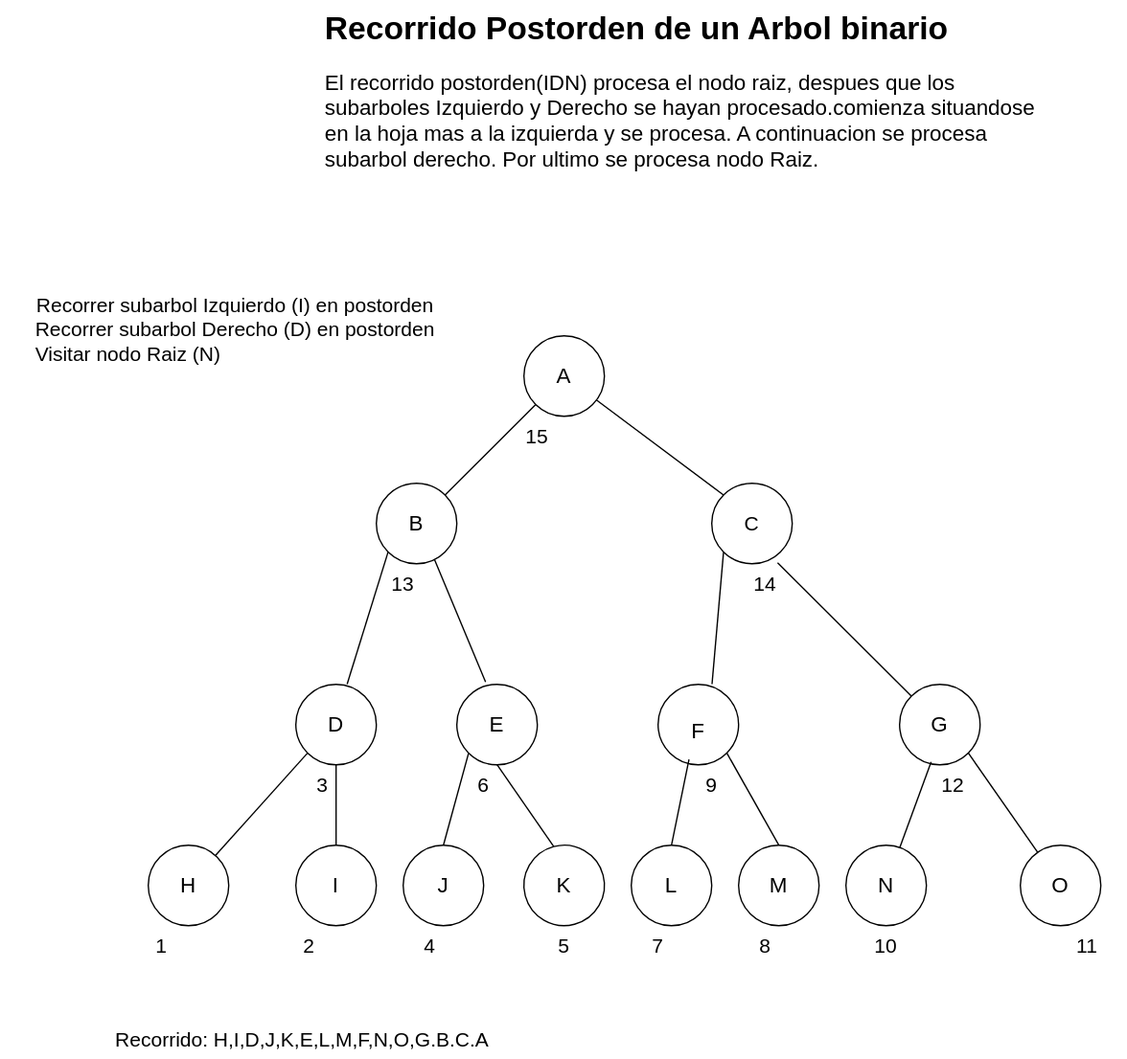
This is Estructura-de-datos/Arboles/postorden.drawio.svg from Nordcode-cyber/Algoritmos-Estructdatos, a draw.io export, as it was before one commit. Source tidied: cells renumbered, new cells last; positions are measured from the earlier drawing's top-left corner, leaving out a move shared by most shapes.
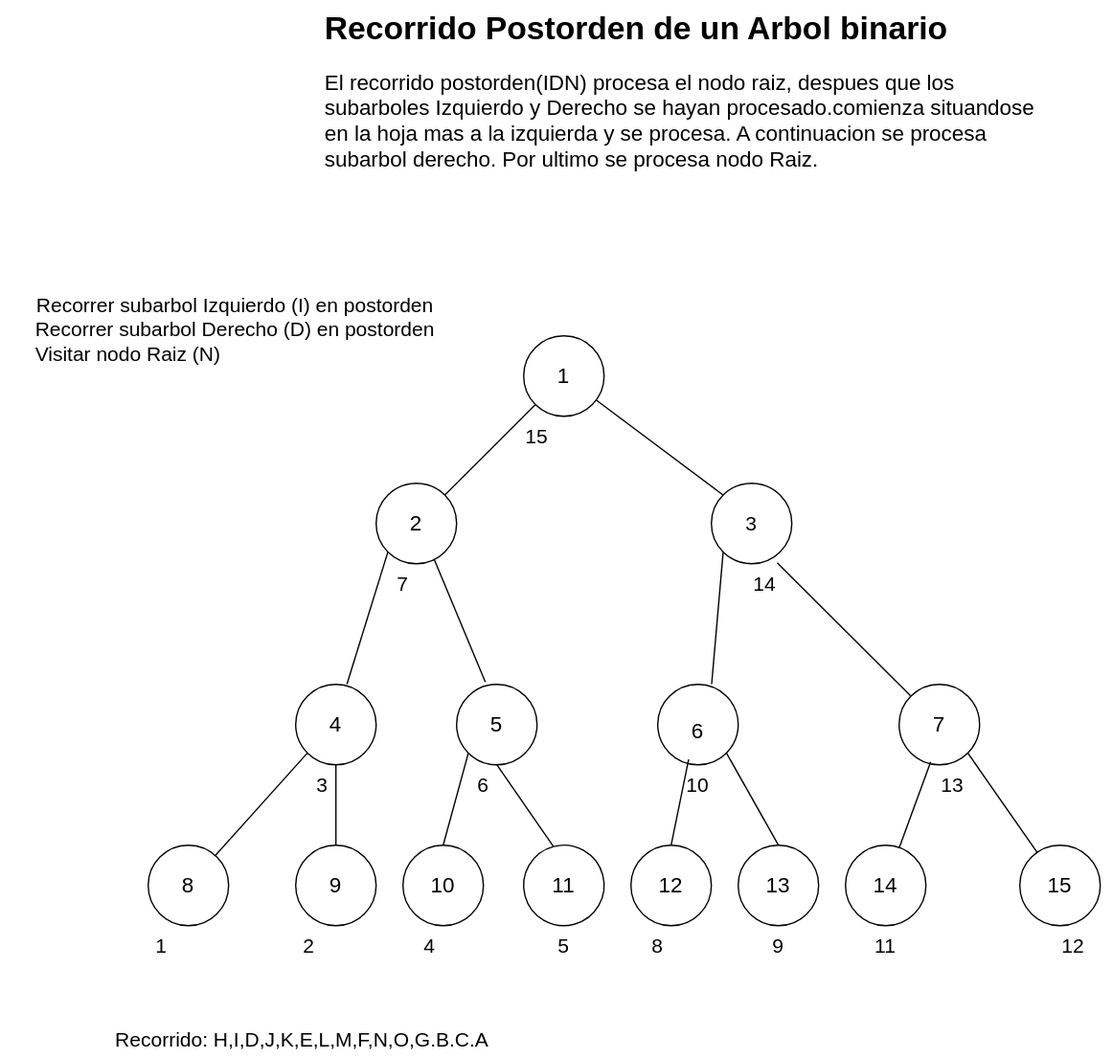
After the change.

The edit, as a diff of the source:
```diff
@@ -47,25 +47,25 @@
     <mxCell id="16" style="endArrow=none;html=1;entryX=0.818;entryY=0.99;entryDx=0;entryDy=0;entryPerimeter=0;" parent="1" edge="1" source="9" target="6">
       <mxGeometry relative="1" as="geometry" />
     </mxCell>
-    <mxCell id="17" value="&lt;font style=&quot;color: light-dark(rgb(0, 0, 0), rgb(102, 255, 102)); font-size: 16px;&quot;&gt;A&lt;/font&gt;" style="text;html=1;align=center;verticalAlign=middle;whiteSpace=wrap;rounded=0;" parent="1" vertex="1">
+    <mxCell id="17" value="&lt;font style=&quot;color: light-dark(rgb(0, 0, 0), rgb(102, 255, 102)); font-size: 16px;&quot;&gt;1&lt;/font&gt;" style="text;html=1;align=center;verticalAlign=middle;whiteSpace=wrap;rounded=0;" parent="1" vertex="1">
       <mxGeometry x="390" y="265" width="60" height="30" as="geometry" />
     </mxCell>
-    <mxCell id="18" value="&lt;font style=&quot;color: light-dark(rgb(0, 0, 0), rgb(102, 255, 102)); font-size: 16px;&quot;&gt;B&lt;/font&gt;" style="text;html=1;align=center;verticalAlign=middle;whiteSpace=wrap;rounded=0;" parent="1" vertex="1">
+    <mxCell id="18" value="&lt;font style=&quot;color: light-dark(rgb(0, 0, 0), rgb(102, 255, 102)); font-size: 16px;&quot;&gt;2&lt;/font&gt;" style="text;html=1;align=center;verticalAlign=middle;whiteSpace=wrap;rounded=0;" parent="1" vertex="1">
       <mxGeometry x="280" y="375" width="60" height="30" as="geometry" />
     </mxCell>
-    <mxCell id="19" value="&lt;font style=&quot;font-size: 15px; color: light-dark(rgb(0, 0, 0), rgb(102, 255, 102));&quot;&gt;C&lt;/font&gt;" style="text;html=1;align=center;verticalAlign=middle;whiteSpace=wrap;rounded=0;" parent="1" vertex="1">
+    <mxCell id="19" value="&lt;font style=&quot;font-size: 15px; color: light-dark(rgb(0, 0, 0), rgb(102, 255, 102));&quot;&gt;3&lt;/font&gt;" style="text;html=1;align=center;verticalAlign=middle;whiteSpace=wrap;rounded=0;" parent="1" vertex="1">
       <mxGeometry x="530" y="375" width="60" height="30" as="geometry" />
     </mxCell>
-    <mxCell id="20" value="&lt;font style=&quot;font-size: 16px; color: light-dark(rgb(0, 0, 0), rgb(102, 255, 102));&quot;&gt;D&lt;/font&gt;" style="text;html=1;align=center;verticalAlign=middle;whiteSpace=wrap;rounded=0;" parent="1" vertex="1">
+    <mxCell id="20" value="&lt;font style=&quot;font-size: 16px; color: light-dark(rgb(0, 0, 0), rgb(102, 255, 102));&quot;&gt;4&lt;/font&gt;" style="text;html=1;align=center;verticalAlign=middle;whiteSpace=wrap;rounded=0;" parent="1" vertex="1">
       <mxGeometry x="220" y="525" width="60" height="30" as="geometry" />
     </mxCell>
-    <mxCell id="21" value="&lt;font style=&quot;font-size: 16px; color: light-dark(rgb(0, 0, 0), rgb(102, 255, 102));&quot;&gt;E&lt;/font&gt;" style="text;html=1;align=center;verticalAlign=middle;whiteSpace=wrap;rounded=0;" parent="1" vertex="1">
+    <mxCell id="21" value="&lt;font style=&quot;font-size: 16px; color: light-dark(rgb(0, 0, 0), rgb(102, 255, 102));&quot;&gt;5&lt;/font&gt;" style="text;html=1;align=center;verticalAlign=middle;whiteSpace=wrap;rounded=0;" parent="1" vertex="1">
       <mxGeometry x="340" y="525" width="60" height="30" as="geometry" />
     </mxCell>
-    <mxCell id="22" value="&lt;font style=&quot;font-size: 16px; color: light-dark(rgb(0, 0, 0), rgb(102, 255, 102));&quot;&gt;F&lt;/font&gt;" style="text;html=1;align=center;verticalAlign=middle;whiteSpace=wrap;rounded=0;" parent="1" vertex="1">
+    <mxCell id="22" value="&lt;font style=&quot;font-size: 16px; color: light-dark(rgb(0, 0, 0), rgb(102, 255, 102));&quot;&gt;6&lt;/font&gt;" style="text;html=1;align=center;verticalAlign=middle;whiteSpace=wrap;rounded=0;" parent="1" vertex="1">
       <mxGeometry x="490" y="530" width="60" height="30" as="geometry" />
     </mxCell>
-    <mxCell id="23" value="&lt;font style=&quot;font-size: 16px; color: light-dark(rgb(0, 0, 0), rgb(102, 255, 102));&quot;&gt;G&lt;/font&gt;" style="text;html=1;align=center;verticalAlign=middle;whiteSpace=wrap;rounded=0;" parent="1" vertex="1">
+    <mxCell id="23" value="&lt;font style=&quot;font-size: 16px; color: light-dark(rgb(0, 0, 0), rgb(102, 255, 102));&quot;&gt;7&lt;/font&gt;" style="text;html=1;align=center;verticalAlign=middle;whiteSpace=wrap;rounded=0;" parent="1" vertex="1">
       <mxGeometry x="670" y="525" width="60" height="30" as="geometry" />
     </mxCell>
     <mxCell id="24" value="&lt;font style=&quot;font-size: 15px; color: light-dark(rgb(0, 0, 0), rgb(255, 0, 0));&quot;&gt;1&lt;/font&gt;" style="text;html=1;align=center;verticalAlign=middle;whiteSpace=wrap;rounded=0;" parent="1" vertex="1">
@@ -87,7 +87,7 @@
       <mxGeometry x="330" y="570" width="60" height="30" as="geometry" />
     </mxCell>
     <mxCell id="30" value="&lt;font style=&quot;font-size: 15px; color: light-dark(rgb(0, 0, 0), rgb(255, 0, 0));&quot;&gt;7&lt;/font&gt;" style="text;html=1;align=center;verticalAlign=middle;whiteSpace=wrap;rounded=0;" parent="1" vertex="1">
-      <mxGeometry x="460" y="690" width="60" height="30" as="geometry" />
+      <mxGeometry x="270" y="420" width="60" height="30" as="geometry" />
     </mxCell>
     <mxCell id="31" value="&lt;font style=&quot;font-size: 15px; color: light-dark(rgb(0, 0, 0), rgb(102, 255, 102));&quot;&gt;Recorrido: H,I,D,J,K,E,L,M,F,N,O,G.B.C.A&lt;/font&gt;" style="text;html=1;align=center;verticalAlign=middle;whiteSpace=wrap;rounded=0;" parent="1" vertex="1">
       <mxGeometry x="40" y="760" width="370" height="30" as="geometry" />
@@ -137,50 +137,50 @@
     <mxCell id="46" style="endArrow=none;html=1;entryX=1;entryY=1;entryDx=0;entryDy=0;" parent="1" edge="1" source="36" target="9">
       <mxGeometry relative="1" as="geometry" />
     </mxCell>
-    <mxCell id="47" value="&lt;font style=&quot;font-size: 16px; color: light-dark(rgb(0, 0, 0), rgb(102, 255, 102));&quot;&gt;H&lt;/font&gt;" style="text;html=1;align=center;verticalAlign=middle;whiteSpace=wrap;rounded=0;" parent="1" vertex="1">
+    <mxCell id="47" value="&lt;font style=&quot;font-size: 16px; color: light-dark(rgb(0, 0, 0), rgb(102, 255, 102));&quot;&gt;8&lt;/font&gt;" style="text;html=1;align=center;verticalAlign=middle;whiteSpace=wrap;rounded=0;" parent="1" vertex="1">
       <mxGeometry x="110" y="645" width="60" height="30" as="geometry" />
     </mxCell>
-    <mxCell id="48" value="&lt;font style=&quot;font-size: 16px; color: light-dark(rgb(0, 0, 0), rgb(102, 255, 102));&quot;&gt;I&lt;/font&gt;" style="text;html=1;align=center;verticalAlign=middle;whiteSpace=wrap;rounded=0;" parent="1" vertex="1">
+    <mxCell id="48" value="&lt;font style=&quot;font-size: 16px; color: light-dark(rgb(0, 0, 0), rgb(102, 255, 102));&quot;&gt;9&lt;/font&gt;" style="text;html=1;align=center;verticalAlign=middle;whiteSpace=wrap;rounded=0;" parent="1" vertex="1">
       <mxGeometry x="220" y="645" width="60" height="30" as="geometry" />
     </mxCell>
-    <mxCell id="49" value="&lt;font style=&quot;font-size: 16px; color: light-dark(rgb(0, 0, 0), rgb(102, 255, 102));&quot;&gt;J&lt;/font&gt;" style="text;html=1;align=center;verticalAlign=middle;whiteSpace=wrap;rounded=0;" parent="1" vertex="1">
+    <mxCell id="49" value="&lt;font style=&quot;font-size: 16px; color: light-dark(rgb(0, 0, 0), rgb(102, 255, 102));&quot;&gt;10&lt;/font&gt;" style="text;html=1;align=center;verticalAlign=middle;whiteSpace=wrap;rounded=0;" parent="1" vertex="1">
       <mxGeometry x="300" y="645" width="60" height="30" as="geometry" />
     </mxCell>
-    <mxCell id="50" value="&lt;font style=&quot;font-size: 16px; color: light-dark(rgb(0, 0, 0), rgb(102, 255, 102));&quot;&gt;K&lt;/font&gt;" style="text;html=1;align=center;verticalAlign=middle;whiteSpace=wrap;rounded=0;" parent="1" vertex="1">
+    <mxCell id="50" value="&lt;font style=&quot;font-size: 16px; color: light-dark(rgb(0, 0, 0), rgb(102, 255, 102));&quot;&gt;11&lt;/font&gt;" style="text;html=1;align=center;verticalAlign=middle;whiteSpace=wrap;rounded=0;" parent="1" vertex="1">
       <mxGeometry x="390" y="645" width="60" height="30" as="geometry" />
     </mxCell>
-    <mxCell id="51" value="&lt;font style=&quot;font-size: 16px; color: light-dark(rgb(0, 0, 0), rgb(102, 255, 102));&quot;&gt;L&lt;/font&gt;" style="text;html=1;align=center;verticalAlign=middle;whiteSpace=wrap;rounded=0;" parent="1" vertex="1">
+    <mxCell id="51" value="&lt;font style=&quot;font-size: 16px; color: light-dark(rgb(0, 0, 0), rgb(102, 255, 102));&quot;&gt;12&lt;/font&gt;" style="text;html=1;align=center;verticalAlign=middle;whiteSpace=wrap;rounded=0;" parent="1" vertex="1">
       <mxGeometry x="470" y="645" width="60" height="30" as="geometry" />
     </mxCell>
-    <mxCell id="52" value="&lt;font style=&quot;font-size: 16px; color: light-dark(rgb(0, 0, 0), rgb(102, 255, 102));&quot;&gt;M&lt;/font&gt;" style="text;html=1;align=center;verticalAlign=middle;whiteSpace=wrap;rounded=0;" parent="1" vertex="1">
+    <mxCell id="52" value="&lt;font style=&quot;font-size: 16px; color: light-dark(rgb(0, 0, 0), rgb(102, 255, 102));&quot;&gt;13&lt;/font&gt;" style="text;html=1;align=center;verticalAlign=middle;whiteSpace=wrap;rounded=0;" parent="1" vertex="1">
       <mxGeometry x="550" y="645" width="60" height="30" as="geometry" />
     </mxCell>
-    <mxCell id="53" value="&lt;font style=&quot;font-size: 16px; color: light-dark(rgb(0, 0, 0), rgb(102, 255, 102));&quot;&gt;N&lt;/font&gt;" style="text;html=1;align=center;verticalAlign=middle;whiteSpace=wrap;rounded=0;" parent="1" vertex="1">
+    <mxCell id="53" value="&lt;font style=&quot;font-size: 16px; color: light-dark(rgb(0, 0, 0), rgb(102, 255, 102));&quot;&gt;14&lt;/font&gt;" style="text;html=1;align=center;verticalAlign=middle;whiteSpace=wrap;rounded=0;" parent="1" vertex="1">
       <mxGeometry x="630" y="645" width="60" height="30" as="geometry" />
     </mxCell>
-    <mxCell id="54" value="&lt;font style=&quot;font-size: 16px; color: light-dark(rgb(0, 0, 0), rgb(102, 255, 102));&quot;&gt;O&lt;/font&gt;" style="text;html=1;align=center;verticalAlign=middle;whiteSpace=wrap;rounded=0;" parent="1" vertex="1">
+    <mxCell id="54" value="&lt;font style=&quot;font-size: 16px; color: light-dark(rgb(0, 0, 0), rgb(102, 255, 102));&quot;&gt;15&lt;/font&gt;" style="text;html=1;align=center;verticalAlign=middle;whiteSpace=wrap;rounded=0;" parent="1" vertex="1">
       <mxGeometry x="760" y="645" width="60" height="30" as="geometry" />
     </mxCell>
     <mxCell id="55" style="endArrow=none;html=1;exitX=0.5;exitY=0;exitDx=0;exitDy=0;entryX=0;entryY=1;entryDx=0;entryDy=0;" parent="1" edge="1" source="34" target="8">
       <mxGeometry relative="1" as="geometry" />
     </mxCell>
     <mxCell id="56" value="&lt;font style=&quot;font-size: 15px; color: light-dark(rgb(0, 0, 0), rgb(255, 0, 0));&quot;&gt;8&lt;/font&gt;" style="text;html=1;align=center;verticalAlign=middle;whiteSpace=wrap;rounded=0;" parent="1" vertex="1">
-      <mxGeometry x="540" y="690" width="60" height="30" as="geometry" />
+      <mxGeometry x="460" y="690" width="60" height="30" as="geometry" />
     </mxCell>
     <mxCell id="57" value="&lt;font style=&quot;font-size: 15px; color: light-dark(rgb(0, 0, 0), rgb(255, 0, 0));&quot;&gt;9&lt;/font&gt;" style="text;html=1;align=center;verticalAlign=middle;whiteSpace=wrap;rounded=0;" parent="1" vertex="1">
-      <mxGeometry x="500" y="570" width="60" height="30" as="geometry" />
+      <mxGeometry x="550" y="690" width="60" height="30" as="geometry" />
     </mxCell>
     <mxCell id="58" value="&lt;font style=&quot;font-size: 15px; color: light-dark(rgb(0, 0, 0), rgb(255, 0, 0));&quot;&gt;10&lt;/font&gt;" style="text;html=1;align=center;verticalAlign=middle;whiteSpace=wrap;rounded=0;" parent="1" vertex="1">
-      <mxGeometry x="630" y="690" width="60" height="30" as="geometry" />
+      <mxGeometry x="490" y="570" width="60" height="30" as="geometry" />
     </mxCell>
     <mxCell id="59" value="&lt;font style=&quot;font-size: 15px; color: light-dark(rgb(0, 0, 0), rgb(255, 0, 0));&quot;&gt;11&lt;/font&gt;" style="text;html=1;align=center;verticalAlign=middle;whiteSpace=wrap;rounded=0;" parent="1" vertex="1">
-      <mxGeometry x="780" y="690" width="60" height="30" as="geometry" />
+      <mxGeometry x="630" y="690" width="60" height="30" as="geometry" />
     </mxCell>
     <mxCell id="60" value="&lt;font style=&quot;font-size: 15px; color: light-dark(rgb(0, 0, 0), rgb(255, 0, 0));&quot;&gt;12&lt;/font&gt;" style="text;html=1;align=center;verticalAlign=middle;whiteSpace=wrap;rounded=0;" parent="1" vertex="1">
-      <mxGeometry x="680" y="570" width="60" height="30" as="geometry" />
+      <mxGeometry x="770" y="690" width="60" height="30" as="geometry" />
     </mxCell>
     <mxCell id="61" value="&lt;font style=&quot;font-size: 15px; color: light-dark(rgb(0, 0, 0), rgb(255, 0, 0));&quot;&gt;13&lt;/font&gt;" style="text;html=1;align=center;verticalAlign=middle;whiteSpace=wrap;rounded=0;" parent="1" vertex="1">
-      <mxGeometry x="270" y="420" width="60" height="30" as="geometry" />
+      <mxGeometry x="680" y="570" width="60" height="30" as="geometry" />
     </mxCell>
     <mxCell id="62" value="&lt;font style=&quot;font-size: 15px; color: light-dark(rgb(0, 0, 0), rgb(255, 0, 0));&quot;&gt;14&lt;/font&gt;" style="text;html=1;align=center;verticalAlign=middle;whiteSpace=wrap;rounded=0;" parent="1" vertex="1">
       <mxGeometry x="540" y="420" width="60" height="30" as="geometry" />
```
